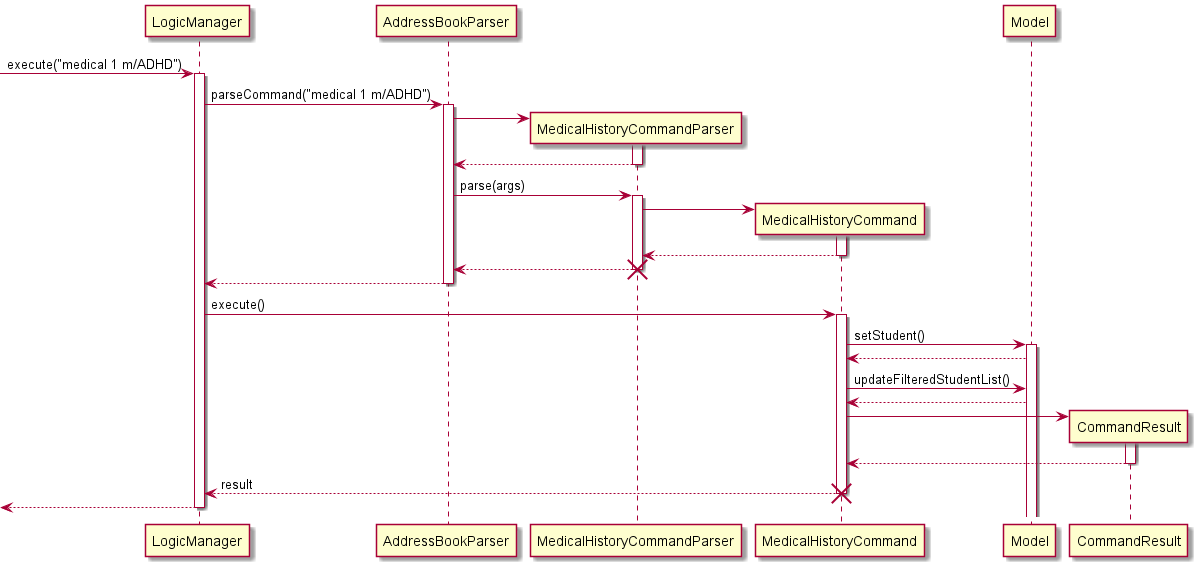
Above: docs/images/MedicalDiagram.png in random689/tp (PlantUML), before the change.
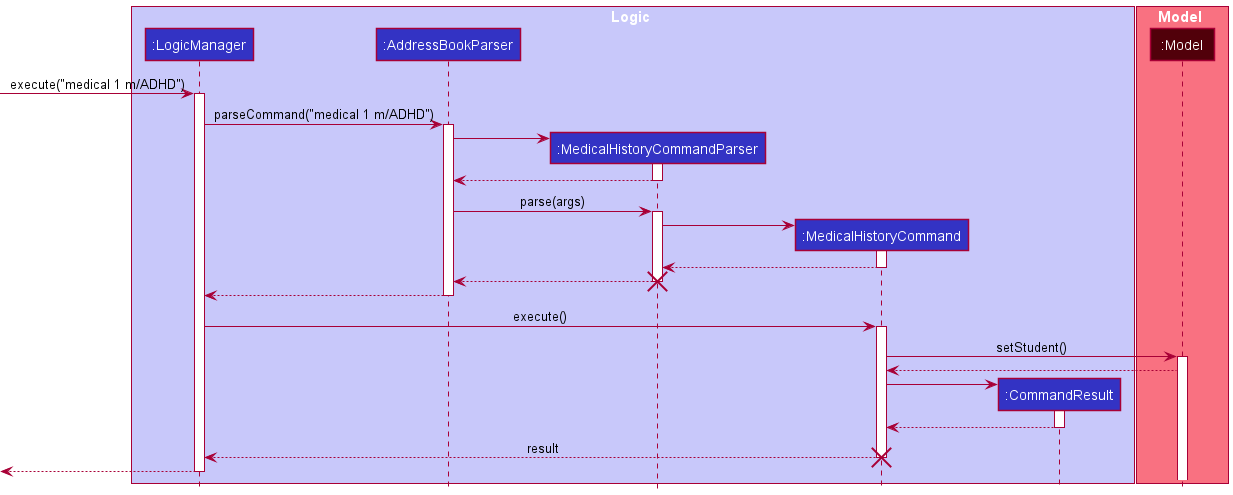
The same file after the commit.

The edit, as a diff of the source:
```diff
@@ -1,4 +1,17 @@
 @startuml
+!include Style.puml
+
+box Logic LOGIC_COLOR_T1
+participant ":LogicManager" as LogicManager LOGIC_COLOR
+participant ":AddressBookParser" as AddressBookParser LOGIC_COLOR
+participant ":MedicalHistoryCommandParser" as MedicalHistoryCommandParser LOGIC_COLOR
+participant ":MedicalHistoryCommand" as MedicalHistoryCommand LOGIC_COLOR
+participant ":CommandResult" as CommandResult LOGIC_COLOR
+end box
+
+box Model MODEL_COLOR_T1
+participant ":Model" as Model MODEL_COLOR_T4
+end box
 
 [-> LogicManager : execute("medical 1 m/ADHD")
 activate LogicManager
@@ -37,9 +50,6 @@
 
 Model --> MedicalHistoryCommand
 
-MedicalHistoryCommand -> Model : updateFilteredStudentList()
-Model --> MedicalHistoryCommand
-
 create CommandResult
 MedicalHistoryCommand -> CommandResult
 activate CommandResult
```
